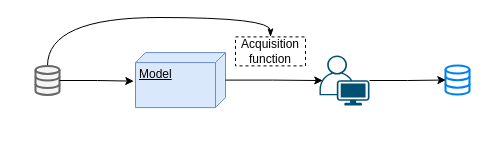
This is DrawIO_file/流程图/主动学习流程图.drawio from DingDongZz/typera_PicGO, a draw.io file, before an edit. Source tidied: cells renumbered, new cells numbered last; positions are measured from the earlier drawing's top-left corner, leaving out a move shared by most shapes. Both pictures are drawn from the tidied source at 100%, with x=0, y=0 at pixel (35, 17).
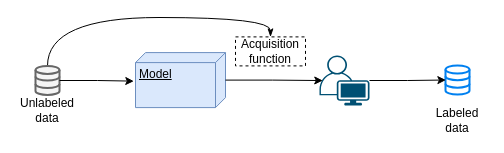
After the change.

Commit message (it also covers changes not shown here):
更新主动学习流程图.drawio

What changed in the source:
```diff
@@
 <mxGraphModel>
   <root>
     <mxCell id="0" />
     <mxCell id="1" parent="0" />
     <mxCell id="2" style="edgeStyle=orthogonalEdgeStyle;rounded=0;jettySize=auto;html=1;entryX=0.5;entryY=0;entryDx=0;entryDy=0;curved=1;endArrow=classicThin;endFill=1;" parent="1" edge="1" source="3" target="10">
       <mxGeometry relative="1" as="geometry">
         <Array as="points">
           <mxPoint x="12" />
           <mxPoint x="235" />
         </Array>
       </mxGeometry>
     </mxCell>
     <mxCell id="3" style="html=1;verticalLabelPosition=bottom;align=center;labelBackgroundColor=#ffffff;verticalAlign=top;strokeWidth=2;shadow=0;dashed=0;shape=mxgraph.ios7.icons.data;fillColor=#f5f5f5;fontColor=#333333;strokeColor=#666666;" parent="1" vertex="1">
       <mxGeometry y="48.4" width="24" height="29.1" as="geometry" />
     </mxCell>
     <mxCell id="4" style="html=1;verticalLabelPosition=bottom;align=center;labelBackgroundColor=#ffffff;verticalAlign=top;strokeWidth=2;strokeColor=#0080F0;shadow=0;dashed=0;shape=mxgraph.ios7.icons.data;" parent="1" vertex="1">
       <mxGeometry x="410" y="48" width="24" height="29.1" as="geometry" />
     </mxCell>
     <mxCell id="5" style="points=[[0.35,0,0],[0.98,0.51,0],[1,0.71,0],[0.67,1,0],[0,0.795,0],[0,0.65,0]];verticalLabelPosition=bottom;sketch=0;html=1;verticalAlign=top;align=center;shape=mxgraph.cisco19.user;fillColor=#005073;strokeColor=none;" parent="1" vertex="1">
       <mxGeometry x="284" y="38" width="50" height="50" as="geometry" />
     </mxCell>
     <mxCell id="6" value="Model" style="verticalAlign=top;align=left;spacingTop=8;spacingLeft=2;spacingRight=12;shape=cube;size=10;direction=south;fontStyle=4;html=1;whiteSpace=wrap;fillColor=#dae8fc;strokeColor=#6c8ebf;" parent="1" vertex="1">
       <mxGeometry x="100" y="35.1" width="90" height="55" as="geometry" />
     </mxCell>
     <mxCell id="7" style="edgeStyle=orthogonalEdgeStyle;rounded=0;jettySize=auto;html=1;entryX=0.519;entryY=1.019;entryDx=0;entryDy=0;entryPerimeter=0;" parent="1" edge="1" source="3" target="6">
       <mxGeometry relative="1" as="geometry" />
     </mxCell>
     <mxCell id="8" style="edgeStyle=orthogonalEdgeStyle;rounded=0;jettySize=auto;html=1;entryX=0.065;entryY=0.501;entryDx=0;entryDy=0;entryPerimeter=0;" parent="1" edge="1" source="6" target="5">
       <mxGeometry relative="1" as="geometry" />
     </mxCell>
     <mxCell id="9" style="edgeStyle=orthogonalEdgeStyle;rounded=0;jettySize=auto;html=1;entryX=0.016;entryY=0.499;entryDx=0;entryDy=0;entryPerimeter=0;" parent="1" edge="1" source="5" target="4">
       <mxGeometry relative="1" as="geometry" />
     </mxCell>
     <mxCell id="10" value="Acquisition&lt;div&gt;function&lt;/div&gt;" style="rounded=0;whiteSpace=wrap;html=1;dashed=1;" parent="1" vertex="1">
       <mxGeometry x="200" y="19.4" width="70" height="29" as="geometry" />
     </mxCell>
+    <mxCell id="11" value="Unlabeled&lt;div&gt;data&lt;/div&gt;" style="text;html=1;align=center;verticalAlign=middle;whiteSpace=wrap;rounded=0;" parent="1" vertex="1">
+      <mxGeometry x="-18" y="78" width="60" height="30" as="geometry" />
+    </mxCell>
+    <mxCell id="12" value="Labeled&lt;div&gt;data&lt;/div&gt;" style="text;html=1;align=center;verticalAlign=middle;whiteSpace=wrap;rounded=0;" parent="1" vertex="1">
+      <mxGeometry x="392" y="88" width="60" height="30" as="geometry" />
+    </mxCell>
   </root>
 </mxGraphModel>
```
